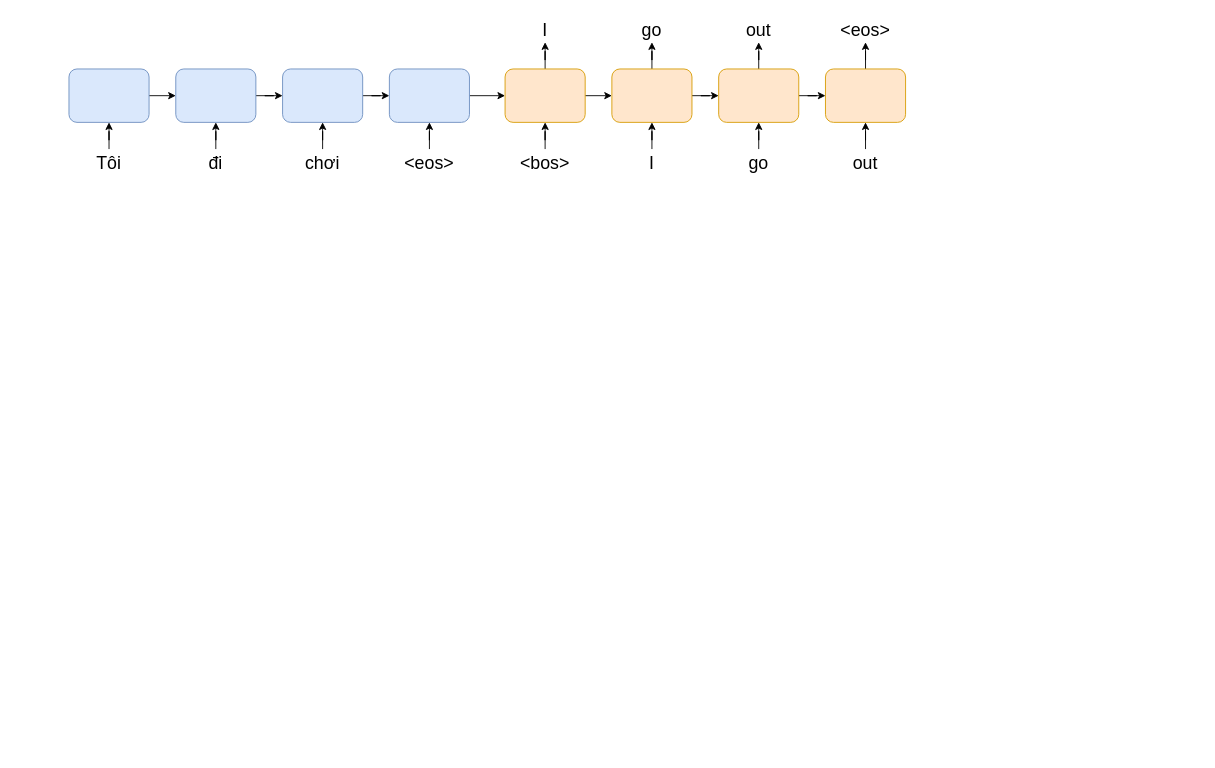
Above: Untitled Diagram.drawio in AEHUSPHAM/Road-to-NLP (draw.io), before the change. Source tidied: cells renumbered, new cells numbered last; positions are measured from the earlier drawing's top-left corner, leaving out a move shared by most shapes. Both pictures are drawn from the tidied source at 89%, with x=0, y=0 at pixel (69, 15).
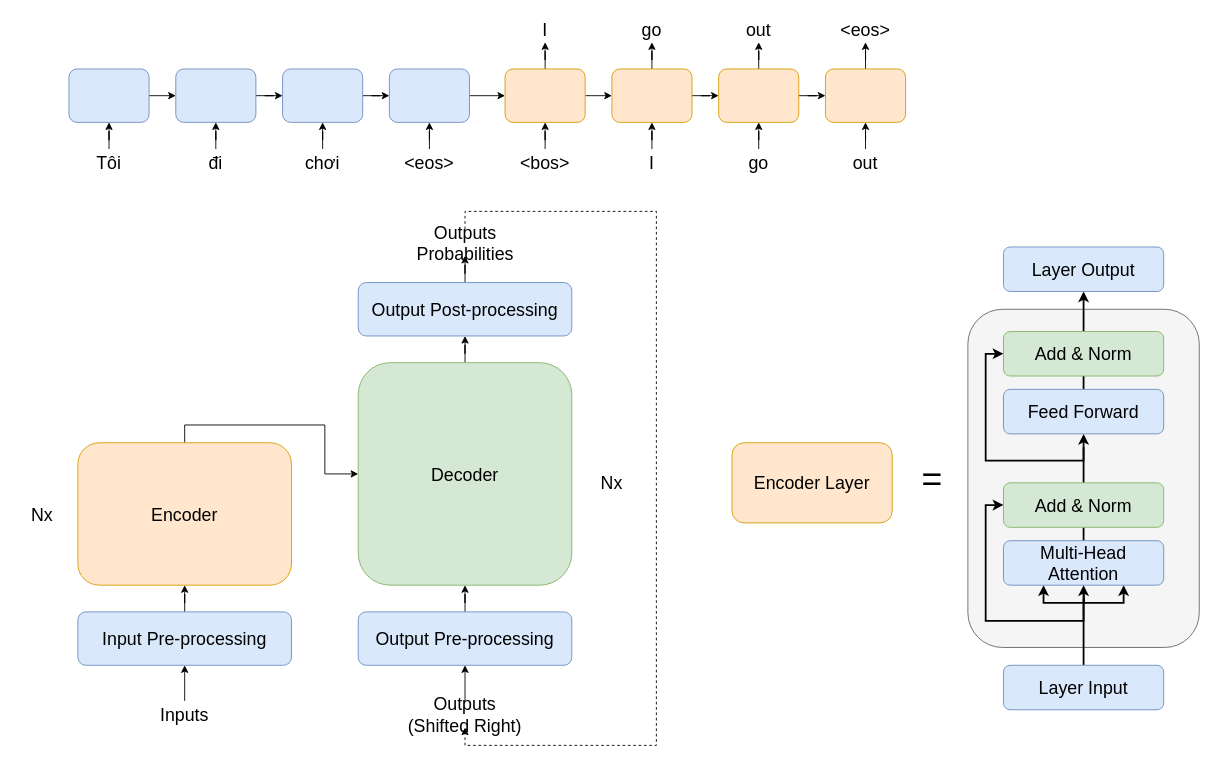
The same page after the edit.

Diff of the diagram source:
```diff
@@
+    <mxCell id="41" style="edgeStyle=orthogonalEdgeStyle;rounded=0;jettySize=auto;html=1;fontSize=20;" parent="1" edge="1" source="42" target="44">
+      <mxGeometry relative="1" as="geometry" />
+    </mxCell>
+    <mxCell id="42" value="&lt;font style=&quot;font-size: 20px;&quot;&gt;Input Pre-processing&lt;br&gt;&lt;/font&gt;" style="rounded=1;whiteSpace=wrap;html=1;fillColor=#dae8fc;strokeColor=#6c8ebf;" parent="1" vertex="1">
+      <mxGeometry x="10" y="670" width="240" height="60" as="geometry" />
+    </mxCell>
+    <mxCell id="43" style="edgeStyle=orthogonalEdgeStyle;rounded=0;jettySize=auto;html=1;exitX=0.5;exitY=0;exitDx=0;exitDy=0;entryX=0;entryY=0.5;entryDx=0;entryDy=0;fontSize=20;" parent="1" edge="1" source="44" target="49">
+      <mxGeometry relative="1" as="geometry" />
+    </mxCell>
+    <mxCell id="44" value="&lt;font style=&quot;font-size: 20px;&quot;&gt;Encoder&lt;br&gt;&lt;/font&gt;" style="rounded=1;whiteSpace=wrap;html=1;fillColor=#ffe6cc;strokeColor=#d79b00;" parent="1" vertex="1">
+      <mxGeometry x="10" y="480" width="240" height="160" as="geometry" />
+    </mxCell>
+    <mxCell id="45" value="&lt;font style=&quot;font-size: 20px;&quot;&gt;Nx&lt;/font&gt;" style="text;html=1;strokeColor=none;fillColor=none;align=center;verticalAlign=middle;whiteSpace=wrap;rounded=0;" parent="1" vertex="1">
+      <mxGeometry x="-60" y="545" width="60" height="30" as="geometry" />
+    </mxCell>
+    <mxCell id="46" style="edgeStyle=orthogonalEdgeStyle;rounded=0;jettySize=auto;html=1;exitX=0.5;exitY=0;exitDx=0;exitDy=0;entryX=0.5;entryY=1;entryDx=0;entryDy=0;fontSize=20;" parent="1" edge="1" source="47" target="42">
+      <mxGeometry relative="1" as="geometry" />
+    </mxCell>
+    <mxCell id="47" value="&lt;font style=&quot;font-size: 20px;&quot;&gt;Inputs&lt;/font&gt;" style="text;html=1;strokeColor=none;fillColor=none;align=center;verticalAlign=middle;whiteSpace=wrap;rounded=0;" parent="1" vertex="1">
+      <mxGeometry x="100" y="770" width="60" height="30" as="geometry" />
+    </mxCell>
+    <mxCell id="48" style="edgeStyle=orthogonalEdgeStyle;rounded=0;jettySize=auto;html=1;fontSize=20;" parent="1" edge="1" source="49" target="56">
+      <mxGeometry relative="1" as="geometry" />
+    </mxCell>
+    <mxCell id="49" value="&lt;font style=&quot;font-size: 20px;&quot;&gt;Decoder&lt;/font&gt;" style="rounded=1;whiteSpace=wrap;html=1;fillColor=#d5e8d4;strokeColor=#82b366;" parent="1" vertex="1">
+      <mxGeometry x="325" y="390" width="240" height="250" as="geometry" />
+    </mxCell>
+    <mxCell id="50" style="edgeStyle=orthogonalEdgeStyle;rounded=0;jettySize=auto;html=1;fontSize=20;" parent="1" edge="1" source="51" target="49">
+      <mxGeometry relative="1" as="geometry" />
+    </mxCell>
+    <mxCell id="51" value="&lt;font style=&quot;font-size: 20px;&quot;&gt;Output Pre-processing&lt;br&gt;&lt;/font&gt;" style="rounded=1;whiteSpace=wrap;html=1;fillColor=#dae8fc;strokeColor=#6c8ebf;" parent="1" vertex="1">
+      <mxGeometry x="325" y="670" width="240" height="60" as="geometry" />
+    </mxCell>
+    <mxCell id="52" style="edgeStyle=orthogonalEdgeStyle;rounded=0;jettySize=auto;html=1;fontSize=20;" parent="1" edge="1" source="53" target="51">
+      <mxGeometry relative="1" as="geometry" />
+    </mxCell>
+    <mxCell id="53" value="&lt;div&gt;&lt;font style=&quot;font-size: 20px;&quot;&gt;Outputs&lt;/font&gt;&lt;/div&gt;&lt;div&gt;&lt;font style=&quot;font-size: 20px;&quot;&gt;(Shifted Right)&lt;br&gt;&lt;/font&gt;&lt;/div&gt;" style="text;html=1;strokeColor=none;fillColor=none;align=center;verticalAlign=middle;whiteSpace=wrap;rounded=0;" parent="1" vertex="1">
+      <mxGeometry x="380" y="770" width="130" height="30" as="geometry" />
+    </mxCell>
+    <mxCell id="54" value="&lt;font style=&quot;font-size: 20px;&quot;&gt;Nx&lt;/font&gt;" style="text;html=1;strokeColor=none;fillColor=none;align=center;verticalAlign=middle;whiteSpace=wrap;rounded=0;" parent="1" vertex="1">
+      <mxGeometry x="580" y="510" width="60" height="30" as="geometry" />
+    </mxCell>
+    <mxCell id="55" style="edgeStyle=orthogonalEdgeStyle;rounded=0;jettySize=auto;html=1;fontSize=20;" parent="1" edge="1" source="56" target="58">
+      <mxGeometry relative="1" as="geometry" />
+    </mxCell>
+    <mxCell id="56" value="&lt;font style=&quot;font-size: 20px;&quot;&gt;Output Post-processing&lt;br&gt;&lt;/font&gt;" style="rounded=1;whiteSpace=wrap;html=1;fillColor=#dae8fc;strokeColor=#6c8ebf;" parent="1" vertex="1">
+      <mxGeometry x="325" y="300" width="240" height="60" as="geometry" />
+    </mxCell>
+    <mxCell id="57" style="edgeStyle=orthogonalEdgeStyle;rounded=0;jettySize=auto;html=1;exitX=0.5;exitY=0;exitDx=0;exitDy=0;entryX=0.5;entryY=1;entryDx=0;entryDy=0;fontSize=20;dashed=1;" parent="1" edge="1" source="58" target="53">
+      <mxGeometry relative="1" as="geometry">
+        <Array as="points">
+          <mxPoint x="445" y="220" />
+          <mxPoint x="660" y="220" />
+          <mxPoint x="660" y="820" />
+          <mxPoint x="445" y="820" />
+        </Array>
+      </mxGeometry>
+    </mxCell>
+    <mxCell id="58" value="&lt;font style=&quot;font-size: 20px;&quot;&gt;Outputs Probabilities&lt;br&gt;&lt;/font&gt;" style="text;html=1;strokeColor=none;fillColor=none;align=center;verticalAlign=middle;whiteSpace=wrap;rounded=0;" parent="1" vertex="1">
+      <mxGeometry x="377.5" y="240" width="135" height="30" as="geometry" />
+    </mxCell>
+    <mxCell id="59" value="&lt;font style=&quot;font-size: 20px;&quot;&gt;Encoder Layer&lt;br&gt;&lt;/font&gt;" style="rounded=1;whiteSpace=wrap;html=1;fillColor=#ffe6cc;strokeColor=#d79b00;" parent="1" vertex="1">
+      <mxGeometry x="745" y="480" width="180" height="90" as="geometry" />
+    </mxCell>
+    <mxCell id="60" style="rounded=1;whiteSpace=wrap;html=1;fillColor=#f5f5f5;fontColor=#333333;strokeColor=#666666;" parent="1" vertex="1">
+      <mxGeometry x="1010" y="330" width="260" height="380" as="geometry" />
+    </mxCell>
+    <mxCell id="61" style="edgeStyle=orthogonalEdgeStyle;rounded=0;jettySize=auto;html=1;exitX=0;exitY=0.5;exitDx=0;exitDy=0;strokeWidth=2;fontSize=20;startArrow=classic;startFill=1;endArrow=none;endFill=0;" parent="1" edge="1" source="64">
+      <mxGeometry relative="1" as="geometry">
+        <mxPoint x="1140" y="485" as="targetPoint" />
+        <Array as="points">
+          <mxPoint x="1030" y="380" />
+          <mxPoint x="1030" y="500" />
+          <mxPoint x="1140" y="500" />
+        </Array>
+      </mxGeometry>
+    </mxCell>
+    <mxCell id="62" style="edgeStyle=orthogonalEdgeStyle;rounded=0;jettySize=auto;html=1;exitX=0.5;exitY=1;exitDx=0;exitDy=0;entryX=0.5;entryY=0;entryDx=0;entryDy=0;strokeWidth=2;fontSize=20;startArrow=none;startFill=0;endArrow=none;endFill=0;" parent="1" edge="1" source="64" target="66">
+      <mxGeometry relative="1" as="geometry" />
+    </mxCell>
+    <mxCell id="63" style="edgeStyle=orthogonalEdgeStyle;rounded=0;jettySize=auto;html=1;exitX=0.5;exitY=0;exitDx=0;exitDy=0;entryX=0.5;entryY=1;entryDx=0;entryDy=0;strokeWidth=2;fontSize=20;startArrow=none;startFill=0;endArrow=classic;endFill=1;" parent="1" edge="1" source="64" target="75">
+      <mxGeometry relative="1" as="geometry" />
+    </mxCell>
+    <mxCell id="64" value="&lt;font style=&quot;font-size: 20px;&quot;&gt;Add &amp;amp; Norm&lt;br&gt;&lt;/font&gt;" style="rounded=1;whiteSpace=wrap;html=1;fillColor=#d5e8d4;strokeColor=#82b366;" parent="1" vertex="1">
+      <mxGeometry x="1050" y="355" width="180" height="50" as="geometry" />
+    </mxCell>
+    <mxCell id="65" style="edgeStyle=orthogonalEdgeStyle;rounded=0;jettySize=auto;html=1;exitX=0.5;exitY=1;exitDx=0;exitDy=0;entryX=0.5;entryY=0;entryDx=0;entryDy=0;strokeWidth=2;fontSize=20;startArrow=classic;startFill=1;endArrow=none;endFill=0;" parent="1" edge="1" source="66" target="69">
+      <mxGeometry relative="1" as="geometry" />
+    </mxCell>
+    <mxCell id="66" value="&lt;font style=&quot;font-size: 20px;&quot;&gt;Feed Forward&lt;br&gt;&lt;/font&gt;" style="rounded=1;whiteSpace=wrap;html=1;fillColor=#dae8fc;strokeColor=#6c8ebf;" parent="1" vertex="1">
+      <mxGeometry x="1050" y="420" width="180" height="50" as="geometry" />
+    </mxCell>
+    <mxCell id="67" style="edgeStyle=orthogonalEdgeStyle;rounded=0;jettySize=auto;html=1;exitX=0;exitY=0.5;exitDx=0;exitDy=0;strokeWidth=2;fontSize=20;startArrow=classic;startFill=1;endArrow=none;endFill=0;" parent="1" edge="1" source="69">
+      <mxGeometry relative="1" as="geometry">
+        <mxPoint x="1140" y="655" as="targetPoint" />
+        <Array as="points">
+          <mxPoint x="1030" y="550" />
+          <mxPoint x="1030" y="680" />
+          <mxPoint x="1140" y="680" />
+        </Array>
+      </mxGeometry>
+    </mxCell>
+    <mxCell id="68" style="edgeStyle=orthogonalEdgeStyle;rounded=0;jettySize=auto;html=1;exitX=0.5;exitY=1;exitDx=0;exitDy=0;entryX=0.5;entryY=0;entryDx=0;entryDy=0;strokeWidth=2;fontSize=20;startArrow=none;startFill=0;endArrow=none;endFill=0;" parent="1" edge="1" source="69" target="72">
+      <mxGeometry relative="1" as="geometry" />
+    </mxCell>
+    <mxCell id="69" value="&lt;font style=&quot;font-size: 20px;&quot;&gt;Add &amp;amp; Norm&lt;br&gt;&lt;/font&gt;" style="rounded=1;whiteSpace=wrap;html=1;fillColor=#d5e8d4;strokeColor=#82b366;" parent="1" vertex="1">
+      <mxGeometry x="1050" y="525" width="180" height="50" as="geometry" />
+    </mxCell>
+    <mxCell id="70" style="edgeStyle=orthogonalEdgeStyle;rounded=0;jettySize=auto;html=1;exitX=0.75;exitY=1;exitDx=0;exitDy=0;strokeWidth=2;fontSize=20;startArrow=classic;startFill=1;endArrow=none;endFill=0;" parent="1" edge="1" source="72">
+      <mxGeometry relative="1" as="geometry">
+        <mxPoint x="1140" y="645" as="targetPoint" />
+      </mxGeometry>
+    </mxCell>
+    <mxCell id="71" style="edgeStyle=orthogonalEdgeStyle;rounded=0;jettySize=auto;html=1;exitX=0.25;exitY=1;exitDx=0;exitDy=0;strokeWidth=2;fontSize=20;startArrow=classic;startFill=1;endArrow=none;endFill=0;" parent="1" edge="1" source="72">
+      <mxGeometry relative="1" as="geometry">
+        <mxPoint x="1140" y="660" as="targetPoint" />
+      </mxGeometry>
+    </mxCell>
+    <mxCell id="72" value="&lt;font style=&quot;font-size: 20px;&quot;&gt;Multi-Head Attention&lt;br&gt;&lt;/font&gt;" style="rounded=1;whiteSpace=wrap;html=1;fillColor=#dae8fc;strokeColor=#6c8ebf;" parent="1" vertex="1">
+      <mxGeometry x="1050" y="590" width="180" height="50" as="geometry" />
+    </mxCell>
+    <mxCell id="73" style="edgeStyle=orthogonalEdgeStyle;rounded=0;jettySize=auto;html=1;fontSize=20;strokeWidth=2;" parent="1" edge="1" source="74" target="72">
+      <mxGeometry relative="1" as="geometry" />
+    </mxCell>
+    <mxCell id="74" value="&lt;font style=&quot;font-size: 20px;&quot;&gt;Layer Input&lt;br&gt;&lt;/font&gt;" style="rounded=1;whiteSpace=wrap;html=1;fillColor=#dae8fc;strokeColor=#6c8ebf;" parent="1" vertex="1">
+      <mxGeometry x="1050" y="730" width="180" height="50" as="geometry" />
+    </mxCell>
+    <mxCell id="75" value="&lt;font style=&quot;font-size: 20px;&quot;&gt;Layer Output&lt;br&gt;&lt;/font&gt;" style="rounded=1;whiteSpace=wrap;html=1;fillColor=#dae8fc;strokeColor=#6c8ebf;" parent="1" vertex="1">
+      <mxGeometry x="1050" y="260" width="180" height="50" as="geometry" />
+    </mxCell>
+    <mxCell id="76" value="&lt;font style=&quot;font-size: 40px;&quot;&gt;=&lt;/font&gt;" style="text;html=1;strokeColor=none;fillColor=none;align=center;verticalAlign=middle;whiteSpace=wrap;rounded=0;" parent="1" vertex="1">
+      <mxGeometry x="940" y="505" width="60" height="30" as="geometry" />
+    </mxCell>
```
